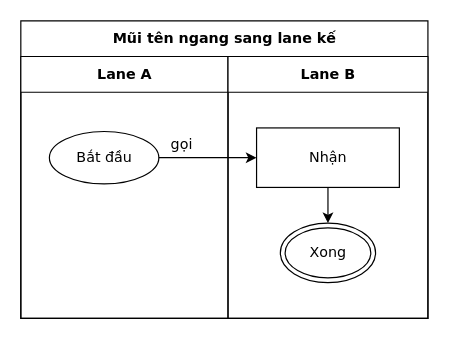
The draw.io diagram conformance/golden/cases/02-horizontal-arrow.drawio in luytbq/flowcast, before the edit. Source tidied: cells renumbered, new cells numbered last; positions are measured from the earlier drawing's top-left corner, leaving out a move shared by most shapes. Both pictures are drawn from the tidied source at 119%, with x=0, y=0 at pixel (20, 20).
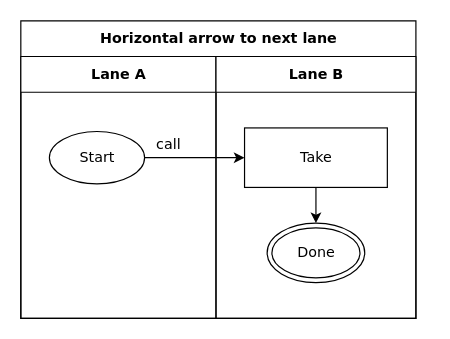
The same diagram, later.

What changed in the source:
```diff
@@
 <mxGraphModel>
   <root>
     <mxCell id="0" />
     <mxCell id="1" parent="0" />
-    <mxCell id="2" value="Mũi tên ngang sang lane kế" style="swimlane;html=1;startSize=30;fontStyle=1;fontFamily=Verdana;fontSize=12;flowtable=1;" parent="1" vertex="1">
-      <mxGeometry width="342.1" height="250" as="geometry" />
+    <mxCell id="2" value="Horizontal arrow to next lane" style="swimlane;html=1;startSize=30;fontStyle=1;fontFamily=Verdana;fontSize=12;flowtable=1;" parent="1" vertex="1">
+      <mxGeometry width="332" height="250" as="geometry" />
     </mxCell>
     <mxCell id="3" value="Lane A" style="swimlane;html=1;startSize=30;fontFamily=Verdana;fontSize=12;flowtable=1;" parent="2" vertex="1">
-      <mxGeometry y="30" width="174.1" height="220" as="geometry" />
+      <mxGeometry y="30" width="164" height="220" as="geometry" />
     </mxCell>
     <mxCell id="4" value="Lane B" style="swimlane;html=1;startSize=30;fontFamily=Verdana;fontSize=12;flowtable=1;" parent="2" vertex="1">
-      <mxGeometry x="174.1" y="30" width="168" height="220" as="geometry" />
+      <mxGeometry x="164" y="30" width="168" height="220" as="geometry" />
     </mxCell>
-    <mxCell id="5" value="Bắt đầu" style="ellipse;html=1;fontFamily=Verdana;fontSize=12;flowtable=1;" parent="3" vertex="1">
-      <mxGeometry x="24" y="63" width="92" height="44" as="geometry" />
+    <mxCell id="5" value="Start" style="ellipse;html=1;fontFamily=Verdana;fontSize=12;flowtable=1;" parent="3" vertex="1">
+      <mxGeometry x="24" y="63" width="80" height="44" as="geometry" />
     </mxCell>
-    <mxCell id="6" value="Nhận" style="rounded=0;html=1;fontFamily=Verdana;fontSize=12;flowtable=1;" parent="4" vertex="1">
+    <mxCell id="6" value="Take" style="rounded=0;html=1;fontFamily=Verdana;fontSize=12;flowtable=1;" parent="4" vertex="1">
       <mxGeometry x="24" y="60" width="120" height="50" as="geometry" />
     </mxCell>
-    <mxCell id="7" value="Xong" style="shape=doubleEllipse;html=1;fontFamily=Verdana;fontSize=12;flowtable=1;" parent="4" vertex="1">
-      <mxGeometry x="44" y="140" width="80" height="50" as="geometry" />
+    <mxCell id="7" value="Done" style="shape=doubleEllipse;html=1;fontFamily=Verdana;fontSize=12;flowtable=1;" parent="4" vertex="1">
+      <mxGeometry x="43" y="140" width="82" height="50" as="geometry" />
     </mxCell>
-    <mxCell id="8" value="gọi" style="edgeStyle=orthogonalEdgeStyle;rounded=0;jettySize=auto;html=1;labelBackgroundColor=default;exitX=1;exitY=0.5;exitDx=0;exitDy=0;entryX=0;entryY=0.5;entryDx=0;entryDy=0;fontFamily=Verdana;fontSize=12;flowtable=1;" parent="2" edge="1" source="5" target="6">
-      <mxGeometry x="-0.54" relative="1" as="geometry">
+    <mxCell id="8" value="call" style="edgeStyle=orthogonalEdgeStyle;rounded=0;jettySize=auto;html=1;labelBackgroundColor=default;exitX=1;exitY=0.5;exitDx=0;exitDy=0;entryX=0;entryY=0.5;entryDx=0;entryDy=0;fontFamily=Verdana;fontSize=12;flowtable=1;" parent="2" edge="1" source="5" target="6">
+      <mxGeometry x="-0.52" relative="1" as="geometry">
         <mxPoint y="-11.5" as="offset" />
       </mxGeometry>
     </mxCell>
     <mxCell id="9" style="edgeStyle=orthogonalEdgeStyle;rounded=0;jettySize=auto;html=1;labelBackgroundColor=default;exitX=0.5;exitY=1;exitDx=0;exitDy=0;entryX=0.5;entryY=0;entryDx=0;entryDy=0;fontFamily=Verdana;fontSize=12;flowtable=1;" parent="2" edge="1" source="6" target="7">
       <mxGeometry relative="1" as="geometry" />
     </mxCell>
   </root>
 </mxGraphModel>
```
